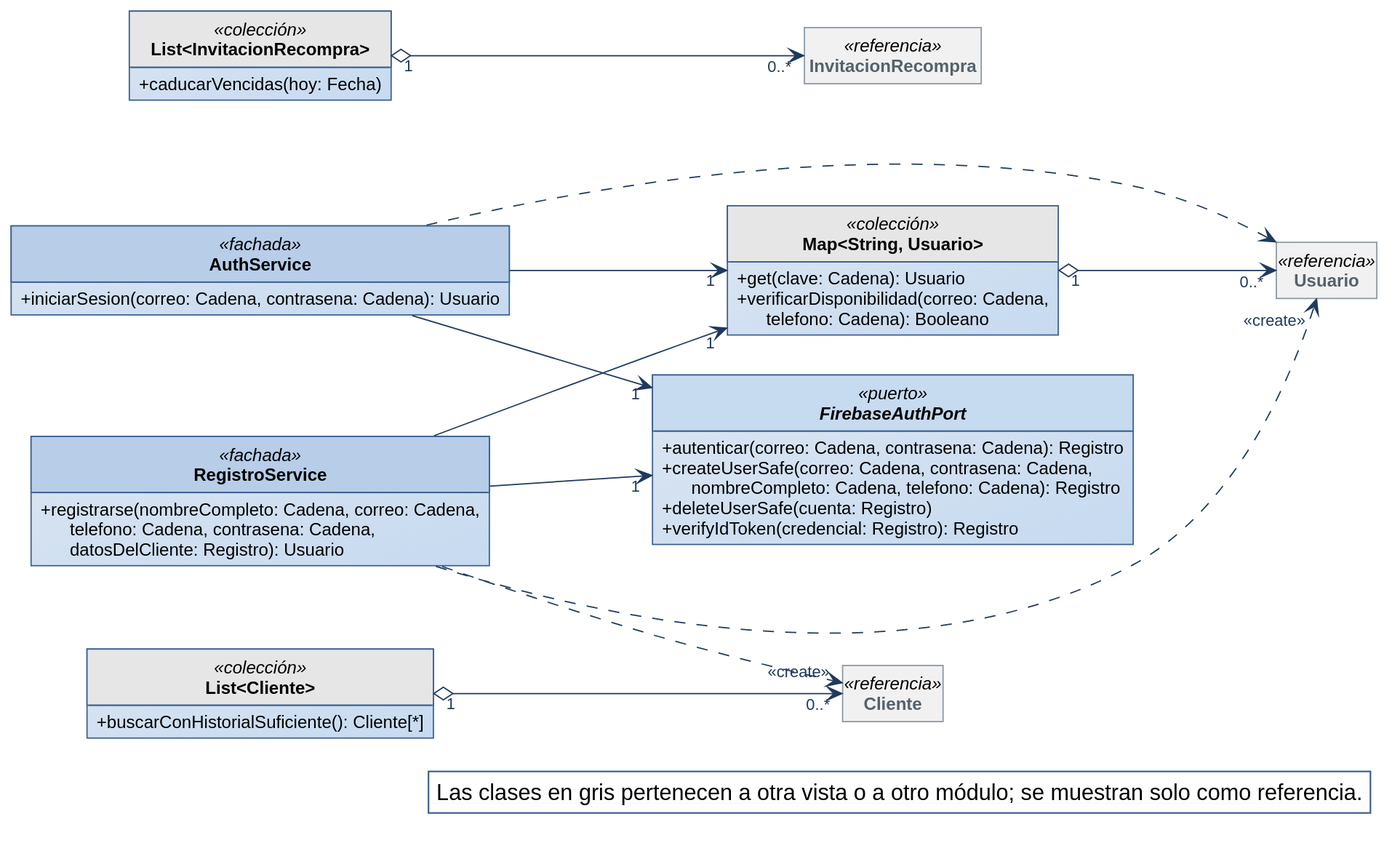
The PlantUML diagram diagramas/clases-diseno/DC_Mod_Acceso-y-clientes.svg in Nahuelito-Dev/splg-docs, before a commit. The source it was exported from:
```plantuml
@startuml
!include ../estilo-vp.iuml
skinparam nodesep 40
skinparam ranksep 55
skinparam genericDisplay old
skinparam class<<referencia>> {
  BackgroundColor #F1F1F1
  BorderColor #8A97A3
  FontColor #55616C
}
skinparam class<<fachada>> {
  HeaderBackgroundColor #B7CDE8
}
skinparam class<<controlador>> {
  HeaderBackgroundColor #B7CDE8
}
skinparam class<<fabricación pura>> {
  HeaderBackgroundColor #E4ECF6
}
skinparam class<<colección>> {
  HeaderBackgroundColor #E6E6E6
}
skinparam class<<adaptador>> {
  HeaderBackgroundColor #D5E3F3
}
skinparam packageStyle rectangle
hide circle
hide empty members

left to right direction
skinparam nodesep 25
skinparam ranksep 90
class AuthService <<fachada>> {
  + iniciarSesion(correo: Cadena, contrasena: Cadena): Usuario
}
class RegistroService <<fachada>> {
  + registrarse(nombreCompleto: Cadena, correo: Cadena,\n      telefono: Cadena, contrasena: Cadena,\n      datosDelCliente: Registro): Usuario
}
interface FirebaseAuthPort <<puerto>> {
  + autenticar(correo: Cadena, contrasena: Cadena): Registro
  + createUserSafe(correo: Cadena, contrasena: Cadena,\n      nombreCompleto: Cadena, telefono: Cadena): Registro
  + deleteUserSafe(cuenta: Registro)
  + verifyIdToken(credencial: Registro): Registro
}
class "Map<String, Usuario>" as Map_String_Usuario <<colección>> {
  + get(clave: Cadena): Usuario
  + verificarDisponibilidad(correo: Cadena,\n      telefono: Cadena): Booleano
}
class "List<InvitacionRecompra>" as List_InvitacionRecompra <<colección>> {
  + caducarVencidas(hoy: Fecha)
}
class "List<Cliente>" as List_Cliente <<colección>> {
  + buscarConHistorialSuficiente(): Cliente[*]
}
class Usuario <<referencia>>
class InvitacionRecompra <<referencia>>
class Cliente <<referencia>>

Map_String_Usuario "1" o--> "0..*" Usuario
List_InvitacionRecompra "1" o--> "0..*" InvitacionRecompra
List_Cliente "1" o--> "0..*" Cliente
AuthService --> "1" FirebaseAuthPort
AuthService --> "1" Map_String_Usuario
RegistroService --> "1" FirebaseAuthPort
RegistroService --> "1" Map_String_Usuario
AuthService ..> Usuario
RegistroService ..> "<<create>>" Cliente
RegistroService ..> "<<create>>" Usuario

legend bottom right
  Las clases en gris pertenecen a otra vista o a otro módulo; se muestran solo como referencia.
endlegend
@enduml
```
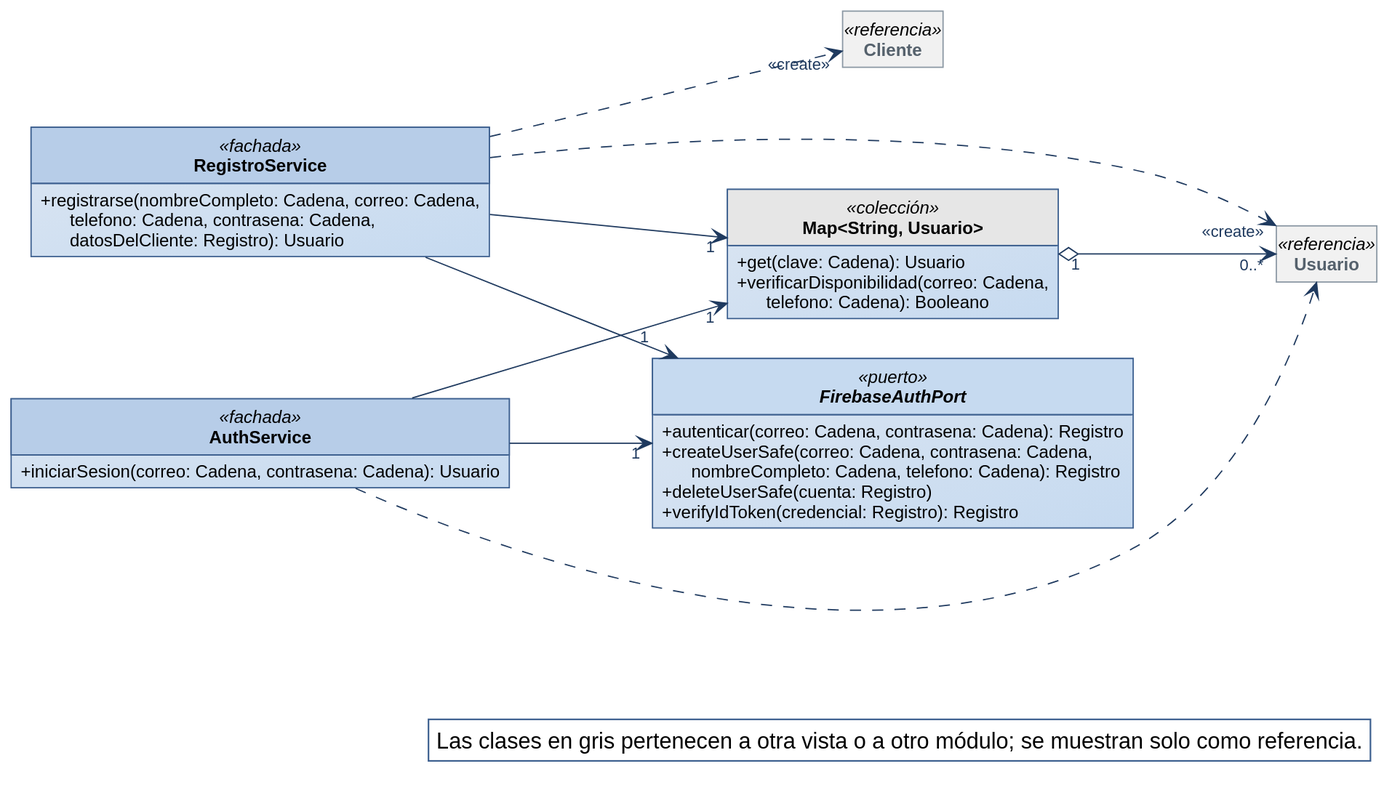
After the commit.

The edit, as a diff of the source:
```diff
@@ -46,19 +46,10 @@
   + get(clave: Cadena): Usuario
   + verificarDisponibilidad(correo: Cadena,\n      telefono: Cadena): Booleano
 }
-class "List<InvitacionRecompra>" as List_InvitacionRecompra <<colección>> {
-  + caducarVencidas(hoy: Fecha)
-}
-class "List<Cliente>" as List_Cliente <<colección>> {
-  + buscarConHistorialSuficiente(): Cliente[*]
-}
 class Usuario <<referencia>>
-class InvitacionRecompra <<referencia>>
 class Cliente <<referencia>>
 
 Map_String_Usuario "1" o--> "0..*" Usuario
-List_InvitacionRecompra "1" o--> "0..*" InvitacionRecompra
-List_Cliente "1" o--> "0..*" Cliente
 AuthService --> "1" FirebaseAuthPort
 AuthService --> "1" Map_String_Usuario
 RegistroService --> "1" FirebaseAuthPort
```
